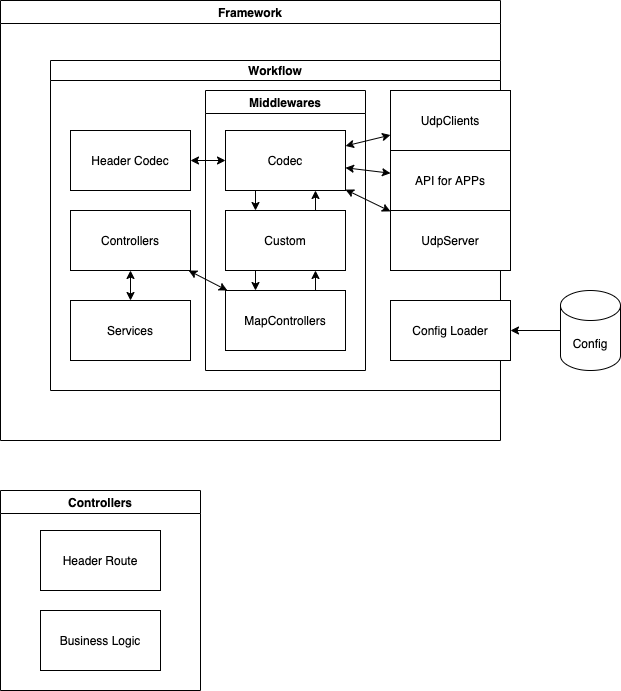
Above: img/arch.drawio.png in Banyc/SocketBackendFramework (draw.io), before the change. Source tidied: cells renumbered, new cells last; positions are measured from the earlier drawing's top-left corner, leaving out a move shared by most shapes.
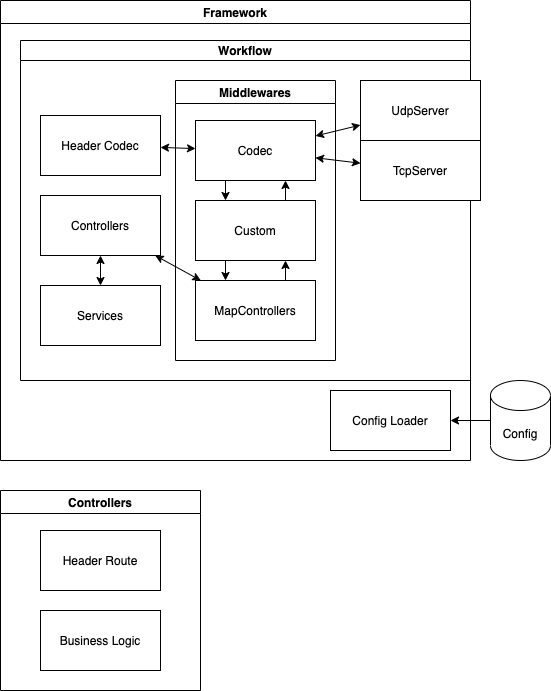
After the commit.

Commit message:
docs: move Config Loader outside of workflows

What changed in the source:
```diff
@@ -12,31 +12,19 @@
       <mxGeometry x="40" y="120" width="120" height="60" as="geometry" />
     </mxCell>
     <mxCell id="5" value="Framework" style="swimlane;" parent="1" vertex="1">
-      <mxGeometry width="500" height="440" as="geometry" />
+      <mxGeometry width="470" height="460" as="geometry" />
     </mxCell>
     <mxCell id="6" value="Workflow" style="swimlane;startSize=20;" parent="5" vertex="1">
-      <mxGeometry x="50" y="60" width="450" height="330" as="geometry" />
+      <mxGeometry x="20" y="40" width="450" height="340" as="geometry" />
     </mxCell>
-    <mxCell id="7" value="UdpClients" style="rounded=0;whiteSpace=wrap;html=1;" parent="6" vertex="1">
-      <mxGeometry x="340" y="30" width="120" height="60" as="geometry" />
-    </mxCell>
-    <mxCell id="8" style="endArrow=classic;startArrow=classic;html=1;" parent="6" edge="1" source="16" target="7">
-      <mxGeometry relative="1" as="geometry" />
-    </mxCell>
-    <mxCell id="9" value="API for APPs" style="rounded=0;whiteSpace=wrap;html=1;" parent="6" vertex="1">
-      <mxGeometry x="340" y="90" width="120" height="60" as="geometry" />
-    </mxCell>
-    <mxCell id="10" style="endArrow=classic;startArrow=classic;html=1;" parent="6" edge="1" source="9" target="16">
-      <mxGeometry relative="1" as="geometry" />
-    </mxCell>
     <mxCell id="11" value="UdpServer" style="rounded=0;whiteSpace=wrap;html=1;" parent="6" vertex="1">
-      <mxGeometry x="340" y="150" width="120" height="60" as="geometry" />
+      <mxGeometry x="340" y="40" width="120" height="60" as="geometry" />
     </mxCell>
     <mxCell id="12" style="endArrow=classic;startArrow=classic;html=1;" parent="6" edge="1" source="11" target="16">
       <mxGeometry relative="1" as="geometry" />
     </mxCell>
     <mxCell id="13" value="Middlewares" style="swimlane;" parent="6" vertex="1">
-      <mxGeometry x="155" y="30" width="160" height="280" as="geometry" />
+      <mxGeometry x="155" y="40" width="160" height="280" as="geometry" />
     </mxCell>
     <mxCell id="14" value="MapControllers" style="rounded=0;whiteSpace=wrap;html=1;" parent="13" vertex="1">
       <mxGeometry x="20" y="200" width="120" height="60" as="geometry" />
@@ -60,28 +48,34 @@
       <mxGeometry relative="1" as="geometry" />
     </mxCell>
     <mxCell id="21" value="Header Codec" style="rounded=0;whiteSpace=wrap;html=1;" parent="6" vertex="1">
-      <mxGeometry x="20" y="70" width="120" height="60" as="geometry" />
+      <mxGeometry x="20" y="75" width="120" height="60" as="geometry" />
     </mxCell>
     <mxCell id="22" style="endArrow=classic;startArrow=classic;html=1;" parent="6" edge="1" source="16" target="21">
       <mxGeometry relative="1" as="geometry" />
     </mxCell>
     <mxCell id="23" value="Services" style="rounded=0;whiteSpace=wrap;html=1;" parent="6" vertex="1">
-      <mxGeometry x="20" y="240" width="120" height="60" as="geometry" />
+      <mxGeometry x="20" y="245" width="120" height="60" as="geometry" />
     </mxCell>
     <mxCell id="24" style="endArrow=classic;startArrow=classic;html=1;" parent="6" edge="1" source="23" target="25">
       <mxGeometry relative="1" as="geometry" />
     </mxCell>
     <mxCell id="25" value="Controllers" style="rounded=0;whiteSpace=wrap;html=1;" parent="6" vertex="1">
-      <mxGeometry x="20" y="150" width="120" height="60" as="geometry" />
+      <mxGeometry x="20" y="155" width="120" height="60" as="geometry" />
     </mxCell>
     <mxCell id="26" style="endArrow=classic;startArrow=classic;html=1;" parent="6" edge="1" source="25" target="14">
       <mxGeometry relative="1" as="geometry" />
     </mxCell>
+    <mxCell id="30" value="TcpServer" style="rounded=0;whiteSpace=wrap;html=1;" parent="6" vertex="1">
+      <mxGeometry x="340" y="100" width="120" height="60" as="geometry" />
+    </mxCell>
+    <mxCell id="31" style="endArrow=classic;startArrow=classic;html=1;" parent="6" edge="1" source="16" target="30">
+      <mxGeometry relative="1" as="geometry" />
+    </mxCell>
-    <mxCell id="27" value="Config Loader" style="rounded=0;whiteSpace=wrap;html=1;" parent="6" vertex="1">
-      <mxGeometry x="340" y="240" width="120" height="60" as="geometry" />
+    <mxCell id="27" value="Config Loader" style="rounded=0;whiteSpace=wrap;html=1;" parent="5" vertex="1">
+      <mxGeometry x="330" y="390" width="120" height="60" as="geometry" />
     </mxCell>
     <mxCell id="28" value="Config" style="shape=cylinder3;whiteSpace=wrap;html=1;boundedLbl=1;backgroundOutline=1;size=15;" parent="1" vertex="1">
-      <mxGeometry x="560" y="290" width="60" height="80" as="geometry" />
+      <mxGeometry x="490" y="380" width="60" height="80" as="geometry" />
     </mxCell>
     <mxCell id="29" style="endArrow=classic;html=1;" parent="1" edge="1" source="28" target="27">
       <mxGeometry relative="1" as="geometry" />
```
